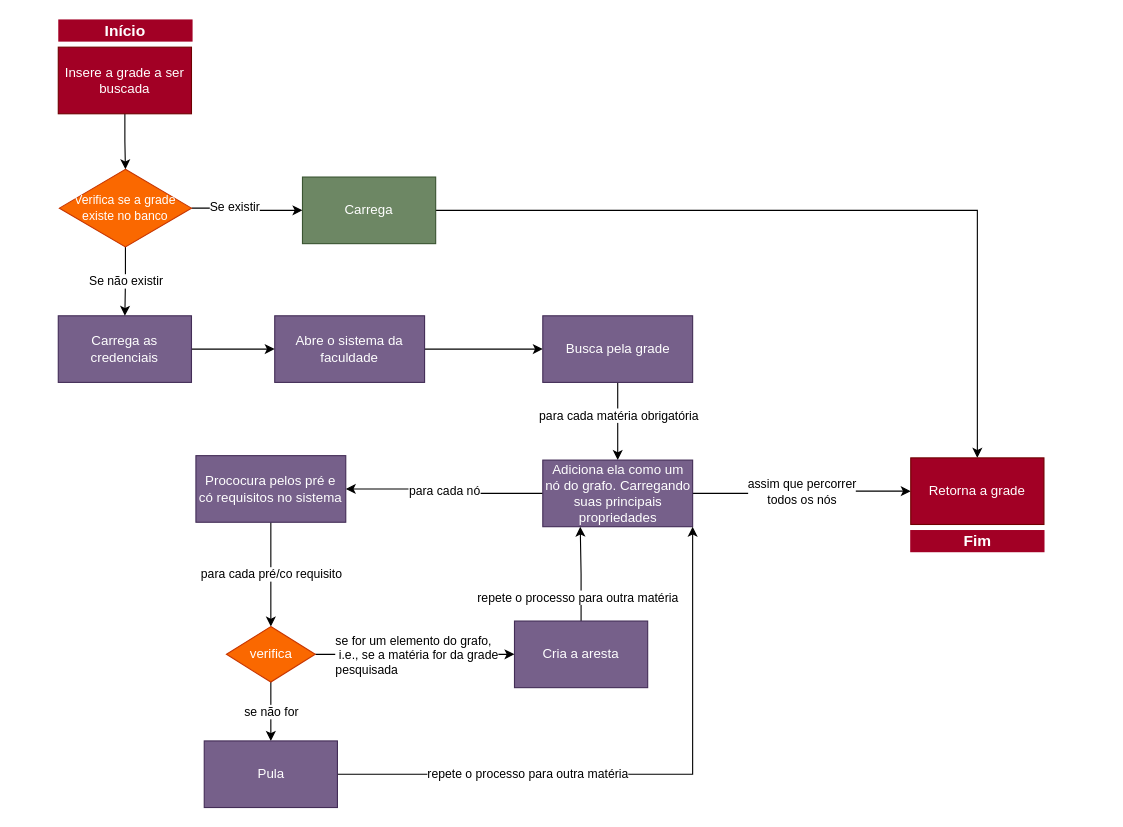
The draw.io diagram page "Grade" (2 of 4) of docs/processo-de-pesquisa.drawio in ppcamp/sigaa-scraping-analysis, before the edit. Source tidied: cells renumbered, new cells numbered last; positions are measured from the earlier drawing's top-left corner, leaving out a move shared by most shapes. Both pictures are drawn from the tidied source at 111%, with x=0, y=0 at pixel (58, 19).
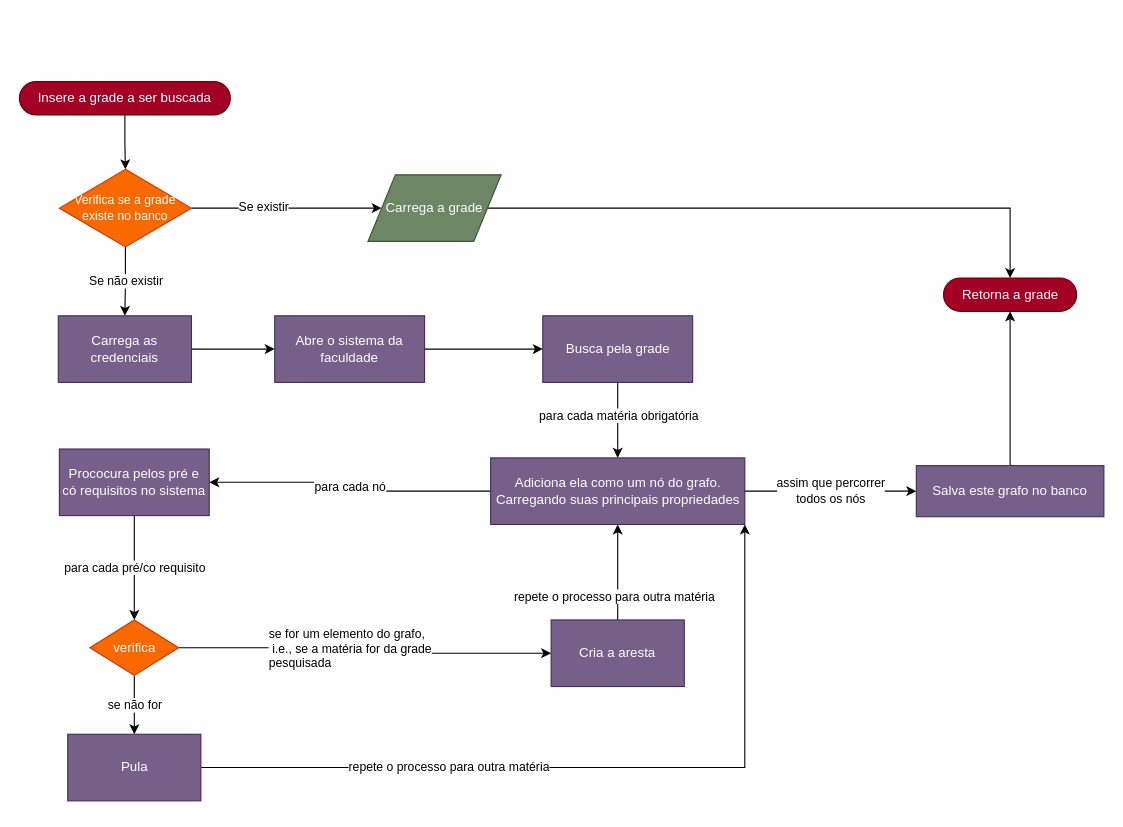
Above is the later version.

Unchanged cells that the change refers to:
```xml
<mxCell id="26" value="Verifica se a grade existe no banco" style="rhombus;whiteSpace=wrap;html=1;fillColor=#fa6800;strokeColor=#C73500;fontColor=#ffffff;spacingLeft=0;spacing=2;spacingRight=0;fontSize=11;" parent="1" vertex="1">
  <mxGeometry x="1" y="135" width="119" height="70" as="geometry" />
</mxCell>
```

What changed in the source:
```diff
@@
-    <mxCell id="10" value="assim que percorrer&lt;br&gt;todos os nós" style="edgeStyle=orthogonalEdgeStyle;rounded=0;jettySize=auto;html=1;" parent="1" edge="1" source="11" target="31">
+    <mxCell id="10" value="assim que percorrer&lt;br&gt;todos os nós" style="edgeStyle=orthogonalEdgeStyle;rounded=0;jettySize=auto;html=1;entryX=0;entryY=0.5;entryDx=0;entryDy=0;" parent="1" edge="1" source="11" target="36">
       <mxGeometry relative="1" as="geometry" />
     </mxCell>
     <mxCell id="11" value="Adiciona ela como um nó do grafo. Carregando suas principais propriedades" style="rounded=0;whiteSpace=wrap;html=1;fillColor=#76608a;strokeColor=#432D57;fontColor=#ffffff;" parent="1" vertex="1">
-      <mxGeometry x="436.5" y="397" width="135" height="60" as="geometry" />
+      <mxGeometry x="389.5" y="395" width="229" height="60" as="geometry" />
     </mxCell>
@@
     <mxCell id="13" value="Prococura pelos pré e có requisitos no sistema" style="rounded=0;whiteSpace=wrap;html=1;fillColor=#76608a;strokeColor=#432D57;fontColor=#ffffff;" parent="1" vertex="1">
-      <mxGeometry x="124" y="393" width="135" height="60" as="geometry" />
+      <mxGeometry x="1" y="387" width="135" height="60" as="geometry" />
     </mxCell>
@@
     <mxCell id="17" value="verifica" style="rhombus;whiteSpace=wrap;html=1;fillColor=#fa6800;strokeColor=#C73500;fontColor=#ffffff;" parent="1" vertex="1">
-      <mxGeometry x="151.5" y="547" width="80" height="50" as="geometry" />
+      <mxGeometry x="28.5" y="541" width="80" height="50" as="geometry" />
     </mxCell>
-    <mxCell id="18" style="edgeStyle=orthogonalEdgeStyle;rounded=0;jettySize=auto;html=1;entryX=0.25;entryY=1;entryDx=0;entryDy=0;" parent="1" edge="1" source="20" target="11">
+    <mxCell id="18" style="edgeStyle=orthogonalEdgeStyle;rounded=0;jettySize=auto;html=1;entryX=0.5;entryY=1;entryDx=0;entryDy=0;" parent="1" edge="1" source="20" target="11">
       <mxGeometry relative="1" as="geometry" />
     </mxCell>
@@
     <mxCell id="20" value="Cria a aresta" style="whiteSpace=wrap;html=1;fillColor=#76608a;strokeColor=#432D57;fontColor=#ffffff;" parent="1" vertex="1">
-      <mxGeometry x="411" y="542" width="120" height="60" as="geometry" />
+      <mxGeometry x="444" y="541" width="120" height="60" as="geometry" />
     </mxCell>
@@
     <mxCell id="22" value="Pula" style="whiteSpace=wrap;html=1;fillColor=#76608a;strokeColor=#432D57;fontColor=#ffffff;" parent="1" vertex="1">
-      <mxGeometry x="131.5" y="650" width="120" height="60" as="geometry" />
+      <mxGeometry x="8.5" y="644" width="120" height="60" as="geometry" />
     </mxCell>
@@
-    <mxCell id="24" style="edgeStyle=orthogonalEdgeStyle;rounded=0;jettySize=auto;html=1;" parent="1" edge="1" source="26" target="28">
+    <mxCell id="24" style="edgeStyle=orthogonalEdgeStyle;rounded=0;jettySize=auto;html=1;entryX=0;entryY=0.5;entryDx=0;entryDy=0;" parent="1" edge="1" source="26" target="34">
       <mxGeometry relative="1" as="geometry" />
     </mxCell>
@@
-    <mxCell id="27" style="edgeStyle=orthogonalEdgeStyle;rounded=0;jettySize=auto;html=1;entryX=0.5;entryY=0;entryDx=0;entryDy=0;" parent="1" edge="1" source="28" target="31">
+    <mxCell id="27" style="edgeStyle=orthogonalEdgeStyle;rounded=0;jettySize=auto;html=1;entryX=0.5;entryY=0;entryDx=0;entryDy=0;exitX=1;exitY=0.5;exitDx=0;exitDy=0;" parent="1" edge="1" source="34" target="31">
       <mxGeometry relative="1" as="geometry" />
     </mxCell>
-    <mxCell id="28" value="Carrega" style="whiteSpace=wrap;html=1;fontColor=#ffffff;strokeColor=#3A5431;fillColor=#6d8764;" parent="1" vertex="1">
-      <mxGeometry x="220" y="142" width="120" height="60" as="geometry" />
-    </mxCell>
@@
-    <mxCell id="30" value="Insere a grade a ser buscada" style="rounded=0;whiteSpace=wrap;html=1;fillColor=#a20025;strokeColor=#6F0000;fontColor=#ffffff;" parent="1" vertex="1">
-      <mxGeometry y="25" width="120" height="60" as="geometry" />
+    <mxCell id="30" value="Insere a grade a ser buscada" style="rounded=1;whiteSpace=wrap;html=1;fillColor=#a20025;strokeColor=#6F0000;fontColor=#ffffff;arcSize=50;" parent="1" vertex="1">
+      <mxGeometry x="-35" y="56" width="190" height="30" as="geometry" />
     </mxCell>
-    <mxCell id="31" value="Retorna a grade" style="whiteSpace=wrap;html=1;rounded=0;fontColor=#ffffff;strokeColor=#6F0000;fillColor=#a20025;" parent="1" vertex="1">
-      <mxGeometry x="768" y="395" width="120" height="60" as="geometry" />
+    <mxCell id="31" value="Retorna a grade" style="whiteSpace=wrap;html=1;rounded=1;fontColor=#ffffff;strokeColor=#6F0000;fillColor=#a20025;arcSize=50;" parent="1" vertex="1">
+      <mxGeometry x="797.5" y="233" width="120" height="30" as="geometry" />
     </mxCell>
-    <mxCell id="32" value="Início" style="text;html=1;align=center;verticalAlign=middle;whiteSpace=wrap;rounded=0;fontStyle=1;fontSize=14;labelBackgroundColor=none;fontColor=#FFFFFF;labelBorderColor=none;spacingTop=0;perimeterSpacing=5;strokeWidth=8;fillColor=#A20025;" parent="1" vertex="1">
-      <mxGeometry width="121" height="20" as="geometry" />
-    </mxCell>
-    <mxCell id="33" value="Fim" style="text;html=1;align=center;verticalAlign=middle;whiteSpace=wrap;rounded=0;fontStyle=1;fontSize=14;labelBackgroundColor=none;fontColor=#FFFFFF;labelBorderColor=none;spacingTop=0;perimeterSpacing=5;strokeWidth=8;fillColor=#A20025;" parent="1" vertex="1">
-      <mxGeometry x="767.5" y="460" width="121" height="20" as="geometry" />
-    </mxCell>
+    <mxCell id="34" value="&lt;span style=&quot;color: rgb(255 , 255 , 255)&quot;&gt;Carrega a grade&lt;/span&gt;" style="shape=parallelogram;perimeter=parallelogramPerimeter;whiteSpace=wrap;html=1;fixedSize=1;size=24.66666666666677;fillColor=#6d8764;strokeColor=#3A5431;fontColor=#ffffff;" parent="1" vertex="1">
+      <mxGeometry x="279" y="140" width="120" height="60" as="geometry" />
+    </mxCell>
+    <mxCell id="35" style="edgeStyle=orthogonalEdgeStyle;rounded=0;jettySize=auto;html=1;" parent="1" edge="1" source="36" target="31">
+      <mxGeometry relative="1" as="geometry" />
+    </mxCell>
+    <mxCell id="36" value="Salva este grafo no banco" style="rounded=0;whiteSpace=wrap;html=1;fillColor=#76608a;strokeColor=#432D57;fontColor=#ffffff;" parent="1" vertex="1">
+      <mxGeometry x="773" y="402" width="169" height="46" as="geometry" />
+    </mxCell>
```
